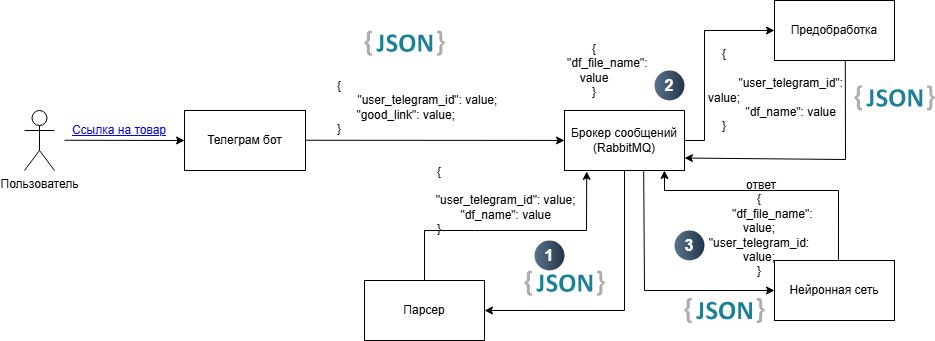
Before: pictures/architecture.png, a diagram exported from draw.io (Garinelli/ReviewAI). Source tidied: cells renumbered, new cells last; positions are measured from the earlier drawing's top-left corner, leaving out a move shared by most shapes.
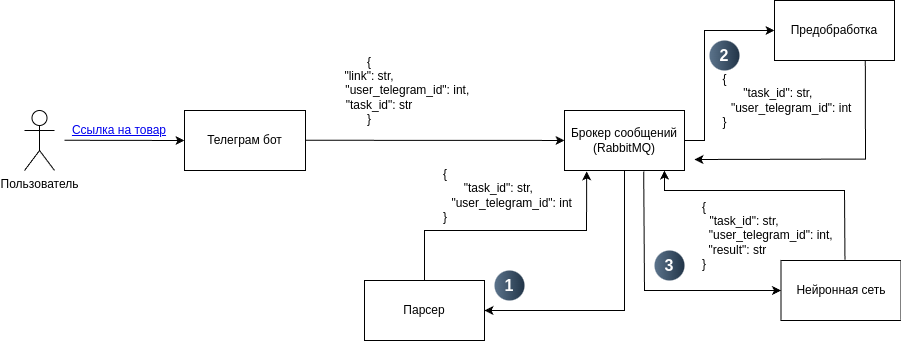
After the change.

Diff of the diagram source:
```diff
@@ -24,11 +24,8 @@
         <mxPoint x="281" y="139.8" as="sourcePoint" />
       </mxGeometry>
     </mxCell>
-    <mxCell id="8" style="dashed=0;html=1;align=center;labelPosition=center;verticalLabelPosition=bottom;verticalAlign=top;shape=mxgraph.weblogos.json_2;" parent="1" vertex="1">
-      <mxGeometry x="340" y="30" width="80.4" height="25.2" as="geometry" />
-    </mxCell>
-    <mxCell id="9" value="{&lt;div&gt;&lt;span style=&quot;white-space: pre;&quot;&gt;&#9;&lt;span style=&quot;white-space: pre;&quot;&gt;&#9;&lt;/span&gt;&lt;span style=&quot;white-space: pre;&quot;&gt;&#9;&lt;/span&gt;&lt;span style=&quot;white-space: pre;&quot;&gt;&#9;&lt;/span&gt;&lt;span style=&quot;white-space: pre;&quot;&gt;&#9;&lt;span style=&quot;white-space: pre;&quot;&gt;&#9;&lt;/span&gt; &lt;/span&gt; &lt;/span&gt;&amp;nbsp; &amp;nbsp;&quot;user_telegram_id&quot;: value;&lt;/div&gt;&lt;div&gt;&lt;span style=&quot;white-space: pre;&quot;&gt;&#9;&lt;/span&gt;&lt;span style=&quot;white-space: pre;&quot;&gt;&#9;&lt;/span&gt;&lt;span style=&quot;white-space: pre;&quot;&gt;&#9;&lt;/span&gt;&lt;span style=&quot;white-space: pre;&quot;&gt;&#9;&lt;/span&gt;&lt;span style=&quot;white-space: pre;&quot;&gt;&#9;&lt;/span&gt;&quot;good_link&quot;: value;&lt;/div&gt;&lt;div&gt;&lt;div&gt;}&lt;/div&gt;&lt;/div&gt;" style="text;html=1;align=center;verticalAlign=middle;whiteSpace=wrap;rounded=0;" parent="1" vertex="1">
-      <mxGeometry x="70" y="60" width="489.6" height="94.8" as="geometry" />
+    <mxCell id="9" value="&lt;span style=&quot;background-color: transparent; color: light-dark(rgb(0, 0, 0), rgb(255, 255, 255));&quot;&gt;{&lt;/span&gt;&lt;span style=&quot;background-color: transparent; color: light-dark(rgb(0, 0, 0), rgb(255, 255, 255));&quot;&gt;&lt;br&gt;&lt;/span&gt;&lt;span style=&quot;background-color: transparent; color: light-dark(rgb(0, 0, 0), rgb(255, 255, 255));&quot;&gt;&quot;link&quot;: str,&lt;/span&gt;&lt;div&gt;&lt;span style=&quot;background-color: transparent; color: light-dark(rgb(0, 0, 0), rgb(255, 255, 255));&quot;&gt;&lt;span style=&quot;white-space: pre;&quot;&gt;&#9;&lt;/span&gt;&lt;span style=&quot;white-space: pre;&quot;&gt;&#9;&lt;/span&gt;&amp;nbsp; &amp;nbsp; &amp;nbsp; &amp;nbsp;&quot;user_telegram_id&quot;: int,&lt;/span&gt;&lt;br&gt;&lt;span style=&quot;background-color: transparent; color: light-dark(rgb(0, 0, 0), rgb(255, 255, 255));&quot;&gt;&amp;nbsp; &amp;nbsp; &amp;nbsp; &quot;task_id&quot;: str&lt;/span&gt;&lt;br&gt;&lt;span style=&quot;background-color: transparent; color: light-dark(rgb(0, 0, 0), rgb(255, 255, 255));&quot;&gt;}&lt;/span&gt;&lt;/div&gt;" style="text;html=1;align=center;verticalAlign=middle;whiteSpace=wrap;rounded=0;" parent="1" vertex="1">
+      <mxGeometry x="139.8" y="50" width="410" height="80" as="geometry" />
     </mxCell>
     <mxCell id="10" style="endArrow=classic;html=1;rounded=0;exitX=0.5;exitY=1;exitDx=0;exitDy=0;" parent="1" edge="1" source="5">
       <mxGeometry relative="1" as="geometry">
@@ -41,9 +38,6 @@
     <mxCell id="11" value="Парсер" style="rounded=0;whiteSpace=wrap;html=1;" parent="1" vertex="1">
       <mxGeometry x="340" y="280" width="120" height="60" as="geometry" />
     </mxCell>
-    <mxCell id="12" style="dashed=0;html=1;align=center;labelPosition=center;verticalLabelPosition=bottom;verticalAlign=top;shape=mxgraph.weblogos.json_2;" parent="1" vertex="1">
-      <mxGeometry x="500" y="270" width="80.4" height="25.2" as="geometry" />
-    </mxCell>
     <mxCell id="13" style="endArrow=classic;html=1;rounded=0;exitX=0.5;exitY=0;exitDx=0;exitDy=0;entryX=0.185;entryY=1.015;entryDx=0;entryDy=0;entryPerimeter=0;" parent="1" edge="1" source="11" target="5">
       <mxGeometry relative="1" as="geometry">
         <Array as="points">
@@ -53,8 +47,8 @@
         </Array>
       </mxGeometry>
     </mxCell>
-    <mxCell id="14" value="{&lt;div&gt;&lt;span style=&quot;white-space: pre;&quot;&gt;&#9;&lt;span style=&quot;white-space: pre;&quot;&gt;&#9;&lt;/span&gt;&lt;span style=&quot;white-space: pre;&quot;&gt;&#9;&lt;/span&gt;&lt;span style=&quot;white-space: pre;&quot;&gt;&#9;&lt;/span&gt;&lt;span style=&quot;white-space: pre;&quot;&gt;&#9;&#9; &lt;/span&gt; &lt;/span&gt;&amp;nbsp; &amp;nbsp;&lt;span style=&quot;white-space: pre;&quot;&gt;&#9;&lt;/span&gt;&lt;span style=&quot;white-space: pre;&quot;&gt;&#9;&lt;/span&gt;&lt;span style=&quot;white-space: pre;&quot;&gt;&#9;&lt;/span&gt;&lt;span style=&quot;white-space: pre;&quot;&gt;&#9;&lt;/span&gt;&lt;span style=&quot;white-space: pre;&quot;&gt;&#9;&lt;/span&gt;&quot;user_telegram_id&quot;: value;&lt;/div&gt;&lt;div&gt;&lt;span style=&quot;white-space: pre;&quot;&gt;&#9;&lt;/span&gt;&lt;span style=&quot;white-space: pre;&quot;&gt;&#9;&lt;/span&gt;&lt;span style=&quot;white-space: pre;&quot;&gt;&#9;&lt;/span&gt;&lt;span style=&quot;white-space: pre;&quot;&gt;&#9;&lt;/span&gt;&lt;span style=&quot;white-space: pre;&quot;&gt;&#9;&lt;/span&gt;&quot;df_name&quot;: value&lt;br&gt;&lt;div&gt;}&lt;/div&gt;&lt;/div&gt;" style="text;html=1;align=center;verticalAlign=middle;whiteSpace=wrap;rounded=0;" parent="1" vertex="1">
-      <mxGeometry x="240" y="150" width="350" height="100" as="geometry" />
+    <mxCell id="14" value="{&lt;div&gt;&lt;span style=&quot;white-space: pre;&quot;&gt;&#9;&lt;span style=&quot;white-space: pre;&quot;&gt;&#9;&lt;/span&gt;&lt;span style=&quot;white-space: pre;&quot;&gt;&#9;&lt;/span&gt;&lt;span style=&quot;white-space: pre;&quot;&gt;&#9;&lt;/span&gt;&lt;/span&gt;&quot;task_id&quot;: str,&lt;/div&gt;&lt;div&gt;&lt;span style=&quot;white-space: pre;&quot;&gt;&#9;&lt;/span&gt;&lt;span style=&quot;white-space: pre;&quot;&gt;&#9;&lt;/span&gt;&lt;span style=&quot;white-space: pre;&quot;&gt;&#9;&lt;/span&gt;&lt;span style=&quot;white-space: pre;&quot;&gt;&#9;&lt;/span&gt;&lt;span style=&quot;white-space: pre;&quot;&gt;&#9;&lt;/span&gt;&quot;user_telegram_id&quot;: int&lt;br&gt;&lt;div&gt;}&lt;/div&gt;&lt;/div&gt;" style="text;html=1;align=center;verticalAlign=middle;whiteSpace=wrap;rounded=0;" parent="1" vertex="1">
+      <mxGeometry x="281" y="150" width="280" height="90" as="geometry" />
     </mxCell>
     <mxCell id="15" value="Предобработка" style="rounded=0;whiteSpace=wrap;html=1;" parent="1" vertex="1">
       <mxGeometry x="750" width="120" height="60" as="geometry" />
@@ -67,25 +61,23 @@
         </Array>
       </mxGeometry>
     </mxCell>
-    <mxCell id="17" value="{&lt;div&gt;&lt;span style=&quot;white-space: pre;&quot;&gt;&#9;&lt;/span&gt;&quot;df_file_name&quot;: value&lt;br&gt;&lt;/div&gt;&lt;div&gt;}&lt;/div&gt;" style="text;html=1;align=center;verticalAlign=middle;whiteSpace=wrap;rounded=0;" parent="1" vertex="1">
-      <mxGeometry x="520" y="40" width="100" height="60" as="geometry" />
-    </mxCell>
     <mxCell id="18" value="2" style="ellipse;whiteSpace=wrap;html=1;rotation=0;gradientColor=#223548;strokeColor=none;gradientDirection=east;fillColor=#5b738b;rounded=0;fontFamily=Helvetica;fontSize=16;fontColor=#FFFFFF;spacingTop=4;spacingBottom=4;spacingLeft=4;spacingRight=4;fontStyle=1;" parent="1" vertex="1">
-      <mxGeometry x="630" y="70" width="30" height="30" as="geometry" />
+      <mxGeometry x="685" y="40" width="30" height="30" as="geometry" />
     </mxCell>
     <mxCell id="19" value="1" style="ellipse;whiteSpace=wrap;html=1;rotation=0;gradientColor=#223548;strokeColor=none;gradientDirection=east;fillColor=#5b738b;rounded=0;fontFamily=Helvetica;fontSize=16;fontColor=#FFFFFF;spacingTop=4;spacingBottom=4;spacingLeft=4;spacingRight=4;fontStyle=1;" parent="1" vertex="1">
-      <mxGeometry x="510" y="240" width="30" height="30" as="geometry" />
+      <mxGeometry x="470" y="270" width="30" height="30" as="geometry" />
     </mxCell>
-    <mxCell id="20" style="endArrow=classic;html=1;rounded=0;entryX=0.975;entryY=0.809;entryDx=0;entryDy=0;entryPerimeter=0;exitX=0.59;exitY=1.007;exitDx=0;exitDy=0;exitPerimeter=0;" parent="1" edge="1" source="15">
+    <mxCell id="20" style="endArrow=classic;html=1;rounded=0;exitX=0.59;exitY=1.007;exitDx=0;exitDy=0;exitPerimeter=0;" parent="1" edge="1">
       <mxGeometry relative="1" as="geometry">
-        <mxPoint x="660" y="157.5" as="targetPoint" />
+        <mxPoint x="840.8" y="60" as="sourcePoint" />
+        <mxPoint x="670" y="159" as="targetPoint" />
         <Array as="points">
-          <mxPoint x="821" y="159" />
+          <mxPoint x="841" y="158.6" />
         </Array>
       </mxGeometry>
     </mxCell>
-    <mxCell id="21" value="{&lt;div&gt;&lt;span style=&quot;white-space: pre;&quot;&gt;&#9;&lt;span style=&quot;white-space: pre;&quot;&gt;&#9;&lt;/span&gt;&lt;span style=&quot;white-space: pre;&quot;&gt;&#9;&lt;/span&gt;&lt;span style=&quot;white-space: pre;&quot;&gt;&#9;&lt;/span&gt;&lt;span style=&quot;white-space: pre;&quot;&gt;&#9;&#9; &lt;/span&gt; &lt;/span&gt;&amp;nbsp; &amp;nbsp;&lt;span style=&quot;white-space: pre;&quot;&gt;&#9;&lt;/span&gt;&lt;span style=&quot;white-space: pre;&quot;&gt;&#9;&lt;/span&gt;&lt;span style=&quot;white-space: pre;&quot;&gt;&#9;&lt;/span&gt;&lt;span style=&quot;white-space: pre;&quot;&gt;&#9;&lt;/span&gt;&lt;span style=&quot;white-space: pre;&quot;&gt;&#9;&lt;/span&gt;&quot;user_telegram_id&quot;: value;&lt;/div&gt;&lt;div&gt;&lt;span style=&quot;white-space: pre;&quot;&gt;&#9;&lt;/span&gt;&lt;span style=&quot;white-space: pre;&quot;&gt;&#9;&lt;/span&gt;&lt;span style=&quot;white-space: pre;&quot;&gt;&#9;&lt;/span&gt;&lt;span style=&quot;white-space: pre;&quot;&gt;&#9;&lt;/span&gt;&lt;span style=&quot;white-space: pre;&quot;&gt;&#9;&lt;/span&gt;&quot;df_name&quot;: value&lt;br&gt;&lt;div&gt;}&lt;/div&gt;&lt;/div&gt;" style="text;html=1;align=center;verticalAlign=middle;whiteSpace=wrap;rounded=0;" parent="1" vertex="1">
-      <mxGeometry x="670" y="70" width="60" height="40" as="geometry" />
+    <mxCell id="21" value="{&lt;div&gt;&lt;span style=&quot;white-space: pre;&quot;&gt;&#9;&lt;span style=&quot;white-space: pre;&quot;&gt;&#9;&lt;/span&gt;&lt;span style=&quot;white-space: pre;&quot;&gt;&#9;&lt;/span&gt;&lt;span style=&quot;white-space: pre;&quot;&gt;&#9;&lt;/span&gt;&lt;/span&gt;&quot;task_id&quot;: str,&lt;/div&gt;&lt;div&gt;&lt;span style=&quot;white-space: pre;&quot;&gt;&#9;&lt;/span&gt;&lt;span style=&quot;white-space: pre;&quot;&gt;&#9;&lt;/span&gt;&lt;span style=&quot;white-space: pre;&quot;&gt;&#9;&lt;/span&gt;&lt;span style=&quot;white-space: pre;&quot;&gt;&#9;&lt;/span&gt;&lt;span style=&quot;white-space: pre;&quot;&gt;&#9;&lt;/span&gt;&quot;user_telegram_id&quot;: int&lt;br&gt;&lt;div&gt;}&lt;/div&gt;&lt;/div&gt;" style="text;html=1;align=center;verticalAlign=middle;whiteSpace=wrap;rounded=0;" parent="1" vertex="1">
+      <mxGeometry x="523.5" y="80" width="353" height="40" as="geometry" />
     </mxCell>
     <mxCell id="22" style="endArrow=classic;html=1;rounded=0;exitX=0.66;exitY=1.014;exitDx=0;exitDy=0;exitPerimeter=0;entryX=0;entryY=0.5;entryDx=0;entryDy=0;" parent="1" edge="1" source="5" target="24">
       <mxGeometry relative="1" as="geometry">
@@ -95,30 +87,21 @@
       </mxGeometry>
     </mxCell>
     <mxCell id="23" value="3" style="ellipse;whiteSpace=wrap;html=1;rotation=0;gradientColor=#223548;strokeColor=none;gradientDirection=east;fillColor=#5b738b;rounded=0;fontFamily=Helvetica;fontSize=16;fontColor=#FFFFFF;spacingTop=4;spacingBottom=4;spacingLeft=4;spacingRight=4;fontStyle=1;" parent="1" vertex="1">
-      <mxGeometry x="650" y="230" width="30" height="30" as="geometry" />
+      <mxGeometry x="630" y="250" width="30" height="30" as="geometry" />
     </mxCell>
     <mxCell id="24" value="Нейронная сеть" style="rounded=0;whiteSpace=wrap;html=1;" parent="1" vertex="1">
-      <mxGeometry x="750" y="260" width="120" height="60" as="geometry" />
+      <mxGeometry x="756.5" y="260" width="120" height="60" as="geometry" />
     </mxCell>
-    <mxCell id="25" value="{&lt;div&gt;&lt;span style=&quot;white-space: pre;&quot;&gt;&#9;&lt;/span&gt;&quot;df_file_name&quot;: value;&lt;br&gt;&lt;/div&gt;&lt;div&gt;&quot;user_telegram_id: value;&lt;/div&gt;&lt;div&gt;}&lt;/div&gt;" style="text;html=1;align=center;verticalAlign=middle;whiteSpace=wrap;rounded=0;" parent="1" vertex="1">
-      <mxGeometry x="680" y="220" width="110" height="30" as="geometry" />
+    <mxCell id="25" value="{&lt;div&gt;&lt;span style=&quot;white-space: pre;&quot;&gt;&#9;&lt;span style=&quot;white-space: pre;&quot;&gt;&#9;&lt;/span&gt;&lt;span style=&quot;white-space: pre;&quot;&gt;&#9;&lt;/span&gt;&lt;/span&gt;&quot;task_id&quot;: str,&lt;/div&gt;&lt;div&gt;&lt;span style=&quot;white-space: pre;&quot;&gt;&#9;&lt;/span&gt;&lt;span style=&quot;white-space: pre;&quot;&gt;&#9;&lt;/span&gt;&lt;span style=&quot;white-space: pre;&quot;&gt;&#9;&lt;/span&gt;&lt;span style=&quot;white-space: pre;&quot;&gt;&#9;&lt;/span&gt;&lt;span style=&quot;white-space: pre;&quot;&gt;&#9;&lt;/span&gt;&quot;user_telegram_id&quot;: int,&lt;/div&gt;&lt;div&gt;&lt;span style=&quot;white-space: pre;&quot;&gt;&#9;&lt;/span&gt;&lt;span style=&quot;white-space: pre;&quot;&gt;&#9;&lt;/span&gt;&amp;nbsp; &amp;nbsp; &quot;result&quot;: str&lt;br&gt;&lt;div&gt;}&lt;/div&gt;&lt;/div&gt;" style="text;html=1;align=center;verticalAlign=middle;whiteSpace=wrap;rounded=0;" parent="1" vertex="1">
+      <mxGeometry x="540" y="210" width="280" height="50" as="geometry" />
     </mxCell>
     <mxCell id="26" style="endArrow=classic;html=1;rounded=0;exitX=0.533;exitY=-0.013;exitDx=0;exitDy=0;exitPerimeter=0;entryX=0.833;entryY=1;entryDx=0;entryDy=0;entryPerimeter=0;" parent="1" edge="1" source="24" target="5">
       <mxGeometry relative="1" as="geometry">
         <Array as="points">
-          <mxPoint x="814" y="190" />
+          <mxPoint x="820" y="190" />
           <mxPoint x="640" y="190" />
         </Array>
       </mxGeometry>
     </mxCell>
-    <mxCell id="27" value="ответ" style="text;html=1;align=center;verticalAlign=middle;whiteSpace=wrap;rounded=0;" parent="1" vertex="1">
-      <mxGeometry x="707" y="170" width="60" height="30" as="geometry" />
-    </mxCell>
-    <mxCell id="28" style="dashed=0;html=1;align=center;labelPosition=center;verticalLabelPosition=bottom;verticalAlign=top;shape=mxgraph.weblogos.json_2;" parent="1" vertex="1">
-      <mxGeometry x="659.8" y="297.4" width="80.4" height="25.2" as="geometry" />
-    </mxCell>
-    <mxCell id="29" style="dashed=0;html=1;align=center;labelPosition=center;verticalLabelPosition=bottom;verticalAlign=top;shape=mxgraph.weblogos.json_2;" parent="1" vertex="1">
-      <mxGeometry x="830" y="84.8" width="80.4" height="25.2" as="geometry" />
-    </mxCell>
   </root>
 </mxGraphModel>
```
